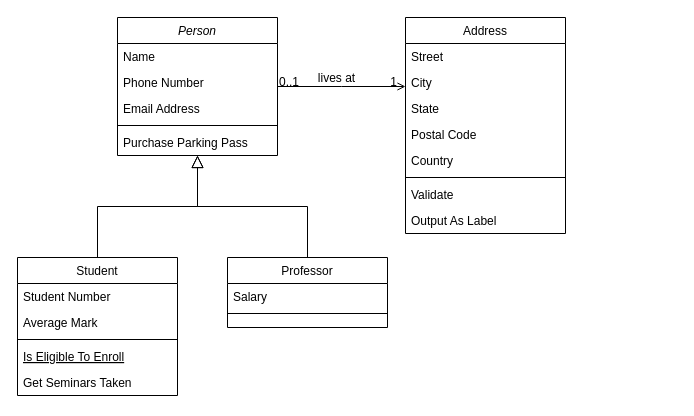
Above: Diagram zonder titel.drawio in johndemeyer/eersteTest (draw.io), before the change. Source tidied: cells renumbered, new cells numbered last; positions are measured from the earlier drawing's top-left corner, leaving out a move shared by most shapes. Both pictures are drawn from the tidied source at 100%, with x=0, y=0 at pixel (17, 17).
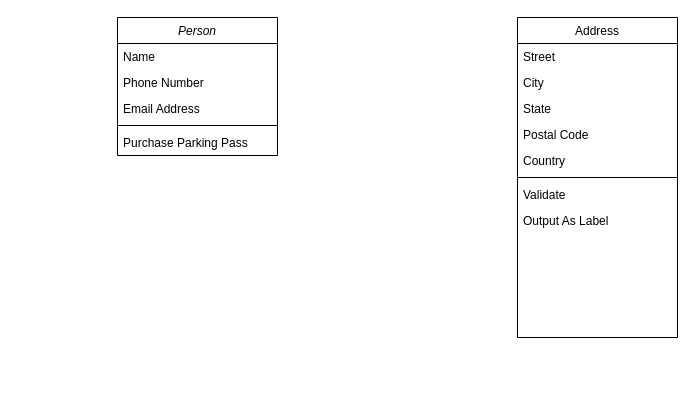
Above is the later version.

Unchanged cells that the change refers to:
```xml
<mxCell id="2" value="Person" style="swimlane;fontStyle=2;align=center;verticalAlign=top;horizontal=1;startSize=26;rounded=0;shadow=0;strokeWidth=1;" parent="1" vertex="1">
  <mxGeometry x="100" width="160" height="138" as="geometry" />
</mxCell>
```

The edit, as a diff of the source:
```diff
@@
-    <mxCell id="8" value="Student" style="swimlane;fontStyle=0;align=center;verticalAlign=top;horizontal=1;startSize=26;rounded=0;shadow=0;strokeWidth=1;" parent="1" vertex="1">
-      <mxGeometry y="240" width="160" height="138" as="geometry" />
-    </mxCell>
-    <mxCell id="9" value="Student Number" style="text;align=left;verticalAlign=top;spacingLeft=4;spacingRight=4;overflow=hidden;" parent="8" vertex="1">
-      <mxGeometry y="26" width="160" height="26" as="geometry" />
-    </mxCell>
-    <mxCell id="10" value="Average Mark" style="text;align=left;verticalAlign=top;spacingLeft=4;spacingRight=4;overflow=hidden;rounded=0;shadow=0;html=0;" parent="8" vertex="1">
-      <mxGeometry y="52" width="160" height="26" as="geometry" />
-    </mxCell>
-    <mxCell id="11" style="line;html=1;strokeWidth=1;align=left;verticalAlign=middle;spacingTop=-1;spacingLeft=3;spacingRight=3;labelPosition=right;" parent="8" vertex="1">
-      <mxGeometry y="78" width="160" height="8" as="geometry" />
-    </mxCell>
-    <mxCell id="12" value="Is Eligible To Enroll" style="text;align=left;verticalAlign=top;spacingLeft=4;spacingRight=4;overflow=hidden;fontStyle=4;" parent="8" vertex="1">
-      <mxGeometry y="86" width="160" height="26" as="geometry" />
-    </mxCell>
-    <mxCell id="13" value="Get Seminars Taken" style="text;align=left;verticalAlign=top;spacingLeft=4;spacingRight=4;overflow=hidden;" parent="8" vertex="1">
-      <mxGeometry y="112" width="160" height="26" as="geometry" />
-    </mxCell>
-    <mxCell id="14" style="endArrow=block;endSize=10;endFill=0;shadow=0;strokeWidth=1;rounded=0;edgeStyle=elbowEdgeStyle;elbow=vertical;" parent="1" edge="1" source="8" target="2">
-      <mxGeometry relative="1" as="geometry" />
-    </mxCell>
-    <mxCell id="15" value="Professor" style="swimlane;fontStyle=0;align=center;verticalAlign=top;horizontal=1;startSize=26;rounded=0;shadow=0;strokeWidth=1;" parent="1" vertex="1">
-      <mxGeometry x="210" y="240" width="160" height="70" as="geometry" />
-    </mxCell>
-    <mxCell id="16" value="Salary" style="text;align=left;verticalAlign=top;spacingLeft=4;spacingRight=4;overflow=hidden;" parent="15" vertex="1">
-      <mxGeometry y="26" width="160" height="26" as="geometry" />
-    </mxCell>
-    <mxCell id="17" style="line;html=1;strokeWidth=1;align=left;verticalAlign=middle;spacingTop=-1;spacingLeft=3;spacingRight=3;labelPosition=right;" parent="15" vertex="1">
-      <mxGeometry y="52" width="160" height="8" as="geometry" />
-    </mxCell>
-    <mxCell id="18" style="endArrow=block;endSize=10;endFill=0;shadow=0;strokeWidth=1;rounded=0;edgeStyle=elbowEdgeStyle;elbow=vertical;" parent="1" edge="1" source="15" target="2">
-      <mxGeometry relative="1" as="geometry" />
-    </mxCell>
     <mxCell id="19" value="Address" style="swimlane;fontStyle=0;align=center;verticalAlign=top;horizontal=1;startSize=26;rounded=0;shadow=0;strokeWidth=1;" parent="1" vertex="1">
-      <mxGeometry x="388" width="160" height="216" as="geometry" />
+      <mxGeometry x="500" width="160" height="320" as="geometry" />
     </mxCell>
@@
-    <mxCell id="28" style="endArrow=open;shadow=0;strokeWidth=1;rounded=0;endFill=1;edgeStyle=elbowEdgeStyle;elbow=vertical;" parent="1" edge="1" source="2" target="19">
-      <mxGeometry x="0.5" y="41" relative="1" as="geometry">
-        <mxPoint x="-40" y="32" as="offset" />
-      </mxGeometry>
-    </mxCell>
-    <mxCell id="29" value="0..1" style="align=left;verticalAlign=bottom;labelBackgroundColor=none;fontSize=12;" parent="28" vertex="1">
-      <mxGeometry x="-1" relative="1" as="geometry">
-        <mxPoint y="4" as="offset" />
-      </mxGeometry>
-    </mxCell>
-    <mxCell id="30" value="1" style="align=right;verticalAlign=bottom;labelBackgroundColor=none;fontSize=12;" parent="28" vertex="1">
-      <mxGeometry x="1" relative="1" as="geometry">
-        <mxPoint x="-7" y="4" as="offset" />
-      </mxGeometry>
-    </mxCell>
-    <mxCell id="31" value="lives at" style="text;html=1;align=center;verticalAlign=middle;labelBackgroundColor=none;rounded=0;shadow=0;strokeWidth=1;fontSize=12;" parent="28" vertex="1">
-      <mxGeometry x="0.5" y="49" relative="1" as="geometry">
-        <mxPoint x="-38" y="40" as="offset" />
-      </mxGeometry>
-    </mxCell>
```
